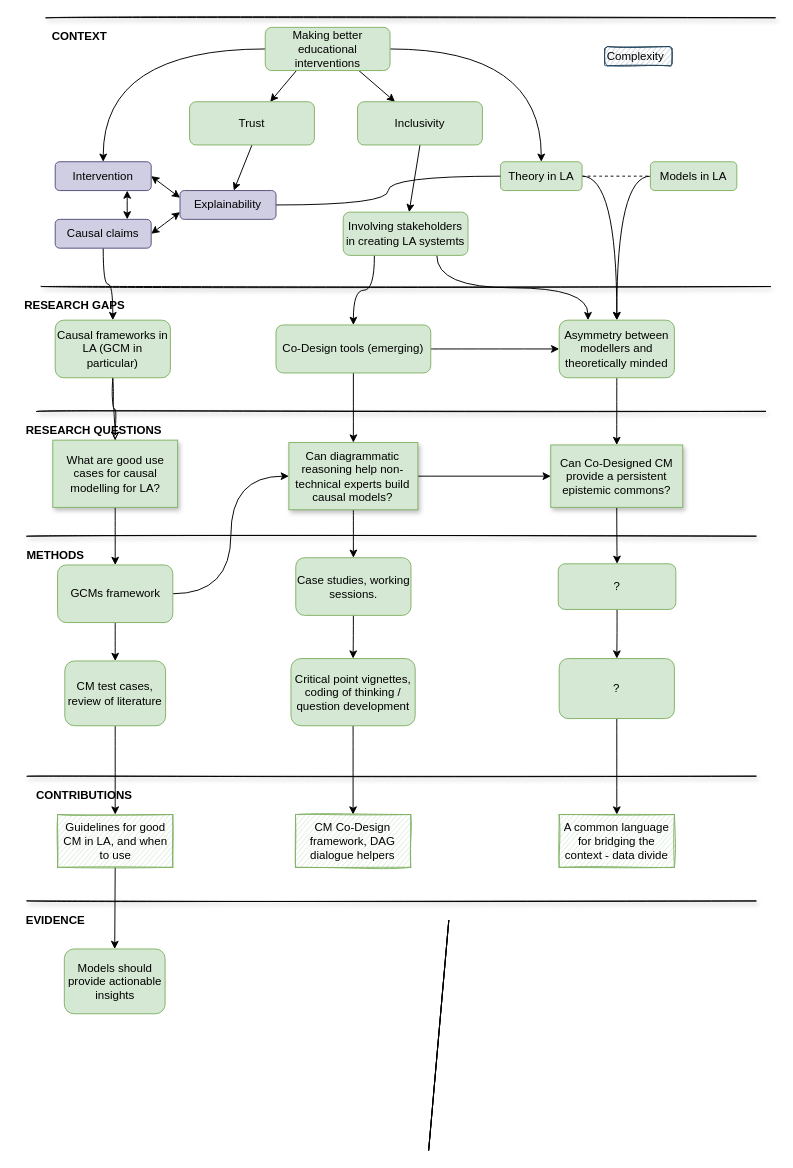
Earlier version of the draw.io diagram page "Page-3" (3 of 3) of Thesis diagram 8.drawio (benwhicks/phd). Source tidied: cells renumbered, new cells numbered last; positions are measured from the earlier drawing's top-left corner, leaving out a move shared by most shapes. Both pictures are drawn from the tidied source at 96%, with x=0, y=0 at pixel (16, 17).
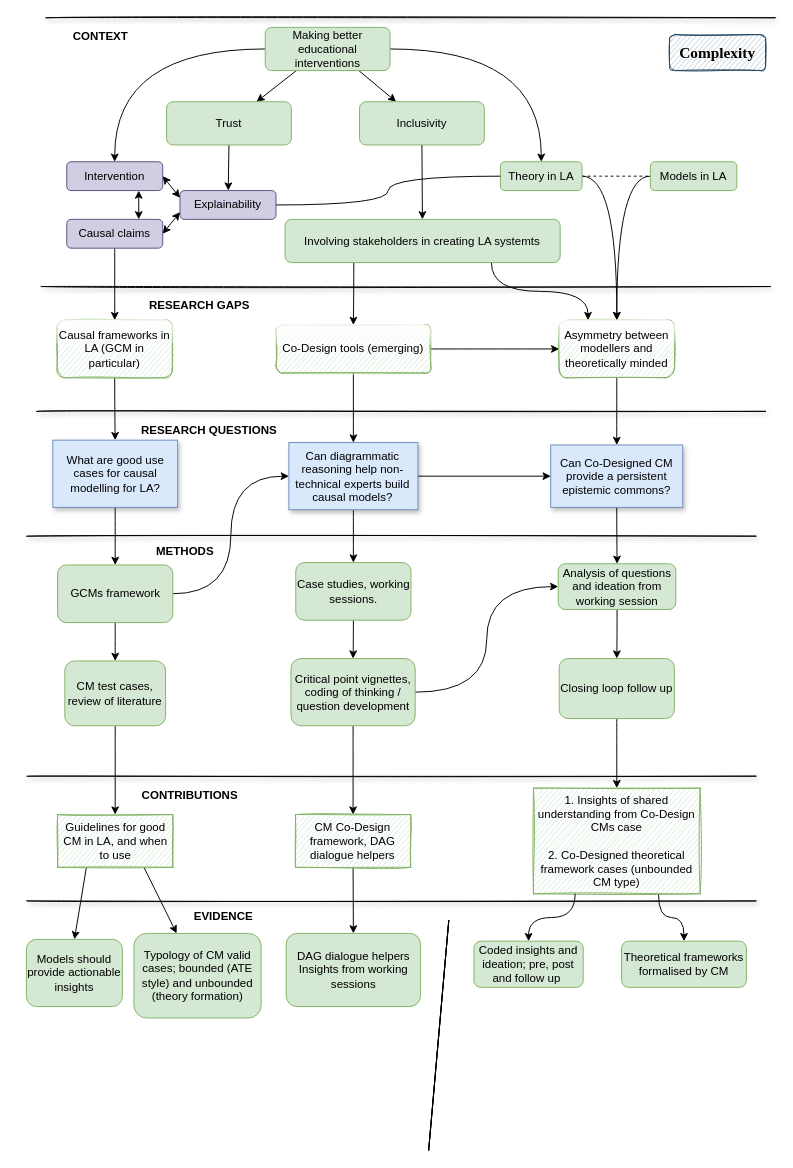
The same diagram, later.

Unchanged cells that the change refers to:
```xml
<mxCell id="53" value="Critical point vignettes, coding of thinking / question development" style="whiteSpace=wrap;html=1;rounded=1;shadow=0;glass=0;sketch=0;fillColor=#d5e8d4;strokeColor=#82b366;" parent="1" vertex="1">
  <mxGeometry x="285.6" y="667.5" width="129.4" height="70" as="geometry" />
</mxCell>
<mxCell id="73" value="CM Co-Design framework, DAG dialogue helpers" style="whiteSpace=wrap;html=1;rounded=0;shadow=0;glass=0;sketch=1;fillColor=#d5e8d4;strokeColor=#82b366;" parent="1" vertex="1">
  <mxGeometry x="290.3" y="830" width="120" height="55" as="geometry" />
</mxCell>
<mxCell id="75" value="Guidelines for good CM in LA, and when to use" style="whiteSpace=wrap;html=1;rounded=0;shadow=0;glass=0;sketch=1;fillColor=#d5e8d4;strokeColor=#82b366;" parent="1" vertex="1">
  <mxGeometry x="42.5" y="830" width="120" height="55" as="geometry" />
</mxCell>
```

What changed in the source:
```diff
@@
     <mxCell id="2" value="CONTEXT" style="text;html=1;align=center;verticalAlign=middle;strokeColor=none;fillColor=none;fontStyle=1;" parent="1" vertex="1">
-      <mxGeometry x="30" y="10" width="70" height="20" as="geometry" />
+      <mxGeometry x="52" y="10" width="70" height="20" as="geometry" />
     </mxCell>
     <mxCell id="3" value="RESEARCH GAPS" style="text;html=1;align=center;verticalAlign=middle;sketch=1;fontStyle=1;" parent="1" vertex="1">
-      <mxGeometry y="290" width="120" height="20" as="geometry" />
+      <mxGeometry x="130" y="290" width="120" height="20" as="geometry" />
     </mxCell>
     <mxCell id="4" value="RESEARCH QUESTIONS" style="text;html=1;align=center;verticalAlign=middle;strokeColor=none;fillColor=none;fontStyle=1;" parent="1" vertex="1">
-      <mxGeometry y="420" width="160" height="20" as="geometry" />
+      <mxGeometry x="119.5" y="420" width="160" height="20" as="geometry" />
     </mxCell>
@@
-    <mxCell id="6" value="Can Co-Designed CM provide a persistent epistemic commons?" style="rounded=0;whiteSpace=wrap;html=1;fillColor=#d5e8d4;strokeColor=#82b366;glass=0;sketch=0;shadow=1;" parent="1" vertex="1">
+    <mxCell id="6" value="Can Co-Designed CM provide a persistent epistemic commons?" style="rounded=0;whiteSpace=wrap;html=1;fillColor=#dae8fc;strokeColor=#6c8ebf;glass=0;sketch=0;shadow=1;" parent="1" vertex="1">
       <mxGeometry x="556.2" y="445" width="137.5" height="65" as="geometry" />
     </mxCell>
@@
-    <mxCell id="8" value="?" style="rounded=1;whiteSpace=wrap;html=1;fillColor=#d5e8d4;strokeColor=#82b366;" parent="1" vertex="1">
+    <mxCell id="8" value="Analysis of questions and ideation from working session" style="rounded=1;whiteSpace=wrap;html=1;fillColor=#d5e8d4;strokeColor=#82b366;" parent="1" vertex="1">
       <mxGeometry x="564" y="568.8" width="122.5" height="47.5" as="geometry" />
     </mxCell>
@@
-    <mxCell id="11" value="Co-Design tools (emerging)" style="rounded=1;whiteSpace=wrap;html=1;fillColor=#d5e8d4;strokeColor=#82b366;" parent="1" vertex="1">
+    <mxCell id="11" value="Co-Design tools (emerging)" style="rounded=1;whiteSpace=wrap;html=1;fillColor=#d5e8d4;strokeColor=#82b366;glass=1;sketch=1;" parent="1" vertex="1">
       <mxGeometry x="270" y="320" width="161.2" height="50" as="geometry" />
     </mxCell>
@@
-    <mxCell id="13" value="Asymmetry between modellers and theoretically minded" style="rounded=1;whiteSpace=wrap;html=1;fillColor=#d5e8d4;strokeColor=#82b366;" parent="1" vertex="1">
+    <mxCell id="13" value="Asymmetry between modellers and theoretically minded" style="rounded=1;whiteSpace=wrap;html=1;fillColor=#d5e8d4;strokeColor=#82b366;glass=1;sketch=1;" parent="1" vertex="1">
       <mxGeometry x="565" y="315" width="120" height="60" as="geometry" />
     </mxCell>
@@
-    <mxCell id="19" style="edgeStyle=orthogonalEdgeStyle;rounded=0;sketch=1;jettySize=auto;html=1;exitX=0.5;exitY=1;exitDx=0;exitDy=0;curved=1;" parent="1" edge="1" source="20" target="34">
+    <mxCell id="19" style="edgeStyle=orthogonalEdgeStyle;rounded=0;sketch=0;jettySize=auto;html=1;exitX=0.5;exitY=1;exitDx=0;exitDy=0;curved=1;" parent="1" edge="1" source="20" target="34">
       <mxGeometry relative="1" as="geometry" />
     </mxCell>
-    <mxCell id="20" value="Causal frameworks in LA (GCM in particular)" style="rounded=1;whiteSpace=wrap;html=1;fillColor=#d5e8d4;strokeColor=#82b366;" parent="1" vertex="1">
-      <mxGeometry x="40" y="315" width="120" height="60" as="geometry" />
+    <mxCell id="20" value="Causal frameworks in LA (GCM in particular)" style="rounded=1;whiteSpace=wrap;html=1;fillColor=#d5e8d4;strokeColor=#82b366;glass=1;sketch=1;" parent="1" vertex="1">
+      <mxGeometry x="42" y="315" width="120" height="60" as="geometry" />
     </mxCell>
@@
-    <mxCell id="24" value="Can diagrammatic reasoning help non-technical experts build causal models?" style="rounded=0;whiteSpace=wrap;html=1;fillColor=#d5e8d4;strokeColor=#82b366;sketch=0;shadow=1;" parent="1" vertex="1">
+    <mxCell id="24" value="Can diagrammatic reasoning help non-technical experts build causal models?" style="rounded=0;whiteSpace=wrap;html=1;fillColor=#dae8fc;strokeColor=#6c8ebf;sketch=0;shadow=1;" parent="1" vertex="1">
       <mxGeometry x="283.4" y="442.5" width="134.4" height="70" as="geometry" />
     </mxCell>
     <mxCell id="25" value="CONTRIBUTIONS" style="text;html=1;align=center;verticalAlign=middle;strokeColor=none;fillColor=none;fontStyle=1;" parent="1" vertex="1">
-      <mxGeometry x="10" y="800" width="120" height="20" as="geometry" />
+      <mxGeometry x="120" y="800" width="120" height="20" as="geometry" />
     </mxCell>
     <mxCell id="26" value="EVIDENCE" style="text;html=1;align=center;verticalAlign=middle;strokeColor=none;fillColor=none;fontStyle=1;" parent="1" vertex="1">
-      <mxGeometry y="930" width="80" height="20" as="geometry" />
+      <mxGeometry x="174.8" y="926" width="80" height="20" as="geometry" />
     </mxCell>
@@
-    <mxCell id="34" value="What are good use cases for causal modelling for LA?" style="whiteSpace=wrap;html=1;fillColor=#d5e8d4;strokeColor=#82b366;sketch=0;shadow=1;" parent="1" vertex="1">
+    <mxCell id="34" value="What are good use cases for causal modelling for LA?" style="whiteSpace=wrap;html=1;fillColor=#dae8fc;strokeColor=#6c8ebf;sketch=0;shadow=1;" parent="1" vertex="1">
       <mxGeometry x="37.5" y="440" width="130" height="70" as="geometry" />
     </mxCell>
@@
     <mxCell id="41" value="Case studies, working sessions." style="rounded=1;whiteSpace=wrap;html=1;fillColor=#d5e8d4;strokeColor=#82b366;" parent="1" vertex="1">
-      <mxGeometry x="290.6" y="562.5" width="120" height="60" as="geometry" />
+      <mxGeometry x="290.6" y="567.5" width="120" height="60" as="geometry" />
     </mxCell>
@@
     <mxCell id="44" value="Causal claims" style="rounded=1;whiteSpace=wrap;html=1;fillColor=#d0cee2;shadow=0;glass=0;sketch=0;strokeColor=#56517e;" parent="1" vertex="1">
-      <mxGeometry x="40" y="210" width="100" height="30" as="geometry" />
+      <mxGeometry x="52" y="210" width="100" height="30" as="geometry" />
     </mxCell>
     <mxCell id="45" value="Intervention" style="rounded=1;whiteSpace=wrap;html=1;fillColor=#d0cee2;shadow=0;glass=0;sketch=0;strokeColor=#56517e;" parent="1" vertex="1">
-      <mxGeometry x="40" y="150" width="100" height="30" as="geometry" />
+      <mxGeometry x="52" y="150" width="100" height="30" as="geometry" />
     </mxCell>
@@
     <mxCell id="49" value="Involving stakeholders in creating LA systemts" style="rounded=1;whiteSpace=wrap;html=1;fillColor=#d5e8d4;strokeColor=#82b366;" parent="1" vertex="1">
-      <mxGeometry x="340" y="202.5" width="130" height="45" as="geometry" />
+      <mxGeometry x="279.4" y="210" width="286.6" height="45" as="geometry" />
     </mxCell>
@@
-    <mxCell id="51" value="?" style="whiteSpace=wrap;html=1;rounded=1;shadow=0;glass=0;sketch=0;fillColor=#d5e8d4;strokeColor=#82b366;" parent="1" vertex="1">
+    <mxCell id="51" value="Closing loop follow up" style="whiteSpace=wrap;html=1;rounded=1;shadow=0;glass=0;sketch=0;fillColor=#d5e8d4;strokeColor=#82b366;" parent="1" vertex="1">
       <mxGeometry x="565" y="667.5" width="120" height="62.5" as="geometry" />
     </mxCell>
@@
+    <mxCell id="78" style="edgeStyle=orthogonalEdgeStyle;rounded=0;sketch=0;jettySize=auto;html=1;exitX=1;exitY=0.5;exitDx=0;exitDy=0;entryX=0;entryY=0.5;entryDx=0;entryDy=0;curved=1;" parent="1" edge="1" source="53" target="8">
+      <mxGeometry relative="1" as="geometry" />
+    </mxCell>
@@
-    <mxCell id="64" value="Complexity" style="rounded=1;whiteSpace=wrap;html=1;align=left;fillColor=#bac8d3;strokeColor=#23445d;shadow=0;sketch=1;" parent="1" vertex="1">
-      <mxGeometry x="612.5" y="30" width="70" height="20" as="geometry" />
+    <mxCell id="64" value="Complexity" style="rounded=1;whiteSpace=wrap;html=1;align=center;fillColor=#bac8d3;strokeColor=#23445d;shadow=0;sketch=1;fontFamily=Garamond;fontStyle=1;fontSize=16;" parent="1" vertex="1">
+      <mxGeometry x="680" y="17.5" width="100" height="37.5" as="geometry" />
     </mxCell>
@@
     <mxCell id="69" value="Inclusivity" style="rounded=1;whiteSpace=wrap;html=1;fillColor=#d5e8d4;strokeColor=#82b366;" parent="1" vertex="1">
-      <mxGeometry x="355" y="87.5" width="130" height="45" as="geometry" />
+      <mxGeometry x="357" y="87.5" width="130" height="45" as="geometry" />
     </mxCell>
@@
     <mxCell id="71" value="Trust" style="rounded=1;whiteSpace=wrap;html=1;fillColor=#d5e8d4;strokeColor=#82b366;" parent="1" vertex="1">
-      <mxGeometry x="180" y="87.5" width="130" height="45" as="geometry" />
+      <mxGeometry x="156" y="87.5" width="130" height="45" as="geometry" />
     </mxCell>
     <mxCell id="72" value="METHODS" style="text;html=1;align=center;verticalAlign=middle;strokeColor=none;fillColor=none;fontStyle=1;" parent="1" vertex="1">
-      <mxGeometry y="550" width="80" height="20" as="geometry" />
+      <mxGeometry x="135" y="545.5" width="80" height="20" as="geometry" />
     </mxCell>
+    <mxCell id="79" style="edgeStyle=none;rounded=0;jettySize=auto;html=1;exitX=0.5;exitY=1;exitDx=0;exitDy=0;entryX=0.5;entryY=0;entryDx=0;entryDy=0;" parent="1" edge="1" source="73" target="83">
+      <mxGeometry relative="1" as="geometry" />
+    </mxCell>
@@
-    <mxCell id="74" style="edgeStyle=none;rounded=0;jettySize=auto;html=1;exitX=0.5;exitY=1;exitDx=0;exitDy=0;entryX=0.5;entryY=0;entryDx=0;entryDy=0;" parent="1" edge="1" source="75" target="77">
+    <mxCell id="74" style="edgeStyle=none;rounded=0;jettySize=auto;html=1;exitX=0.25;exitY=1;exitDx=0;exitDy=0;entryX=0.5;entryY=0;entryDx=0;entryDy=0;" parent="1" edge="1" source="75" target="77">
       <mxGeometry relative="1" as="geometry" />
     </mxCell>
+    <mxCell id="80" style="edgeStyle=none;rounded=0;jettySize=auto;html=1;exitX=0.75;exitY=1;exitDx=0;exitDy=0;" parent="1" edge="1" source="75" target="82">
+      <mxGeometry relative="1" as="geometry" />
+    </mxCell>
@@
+    <mxCell id="81" style="edgeStyle=orthogonalEdgeStyle;curved=1;rounded=0;sketch=0;jettySize=auto;html=1;exitX=0.75;exitY=1;exitDx=0;exitDy=0;entryX=0.5;entryY=0;entryDx=0;entryDy=0;fontFamily=Garamond;fontSize=16;" parent="1" edge="1" source="76" target="84">
+      <mxGeometry relative="1" as="geometry" />
+    </mxCell>
-    <mxCell id="76" value="A common language for bridging the context - data divide" style="whiteSpace=wrap;html=1;rounded=0;shadow=0;glass=0;sketch=1;fillColor=#d5e8d4;strokeColor=#82b366;" parent="1" vertex="1">
-      <mxGeometry x="565" y="830" width="120" height="55" as="geometry" />
+    <mxCell id="76" value="1. Insights of shared understanding from Co-Design CMs case&lt;br&gt;&lt;br&gt;2. Co-Designed theoretical framework cases (unbounded CM type)" style="whiteSpace=wrap;html=1;rounded=0;shadow=0;glass=0;sketch=1;fillColor=#d5e8d4;strokeColor=#82b366;" parent="1" vertex="1">
+      <mxGeometry x="538.2" y="802.5" width="173.6" height="110" as="geometry" />
     </mxCell>
     <mxCell id="77" value="Models should provide actionable insights" style="rounded=1;whiteSpace=wrap;html=1;sketch=0;fillColor=#d5e8d4;strokeColor=#82b366;gradientColor=none;shadow=0;" parent="1" vertex="1">
-      <mxGeometry x="49.5" y="970" width="105" height="67.5" as="geometry" />
+      <mxGeometry x="10" y="960" width="100" height="70" as="geometry" />
     </mxCell>
+    <mxCell id="82" value="Typology of CM valid cases; bounded (ATE style) and unbounded (theory formation)" style="rounded=1;whiteSpace=wrap;html=1;sketch=0;fillColor=#d5e8d4;strokeColor=#82b366;gradientColor=none;shadow=0;" parent="1" vertex="1">
+      <mxGeometry x="122" y="953.8" width="132.5" height="88.1" as="geometry" />
+    </mxCell>
+    <mxCell id="83" value="DAG dialogue helpers&lt;br&gt;Insights from working sessions" style="rounded=1;whiteSpace=wrap;html=1;sketch=0;fillColor=#d5e8d4;strokeColor=#82b366;gradientColor=none;shadow=0;" parent="1" vertex="1">
+      <mxGeometry x="280.6" y="953.8" width="140" height="76.2" as="geometry" />
+    </mxCell>
+    <mxCell id="84" value="Theoretical frameworks formalised by CM" style="rounded=1;whiteSpace=wrap;html=1;sketch=0;fillColor=#d5e8d4;strokeColor=#82b366;gradientColor=none;shadow=0;" parent="1" vertex="1">
+      <mxGeometry x="630" y="961.9" width="130" height="48.1" as="geometry" />
+    </mxCell>
+    <mxCell id="85" value="Coded insights and ideation; pre, post and follow up&amp;nbsp;" style="rounded=1;whiteSpace=wrap;html=1;sketch=0;fillColor=#d5e8d4;strokeColor=#82b366;gradientColor=none;shadow=0;" parent="1" vertex="1">
+      <mxGeometry x="476.2" y="961.9" width="113.8" height="48.1" as="geometry" />
+    </mxCell>
+    <mxCell id="86" style="edgeStyle=orthogonalEdgeStyle;curved=1;rounded=0;sketch=0;jettySize=auto;html=1;exitX=0.25;exitY=1;exitDx=0;exitDy=0;entryX=0.5;entryY=0;entryDx=0;entryDy=0;fontFamily=Garamond;fontSize=16;" parent="1" edge="1" source="76" target="85">
+      <mxGeometry relative="1" as="geometry" />
+    </mxCell>
```
